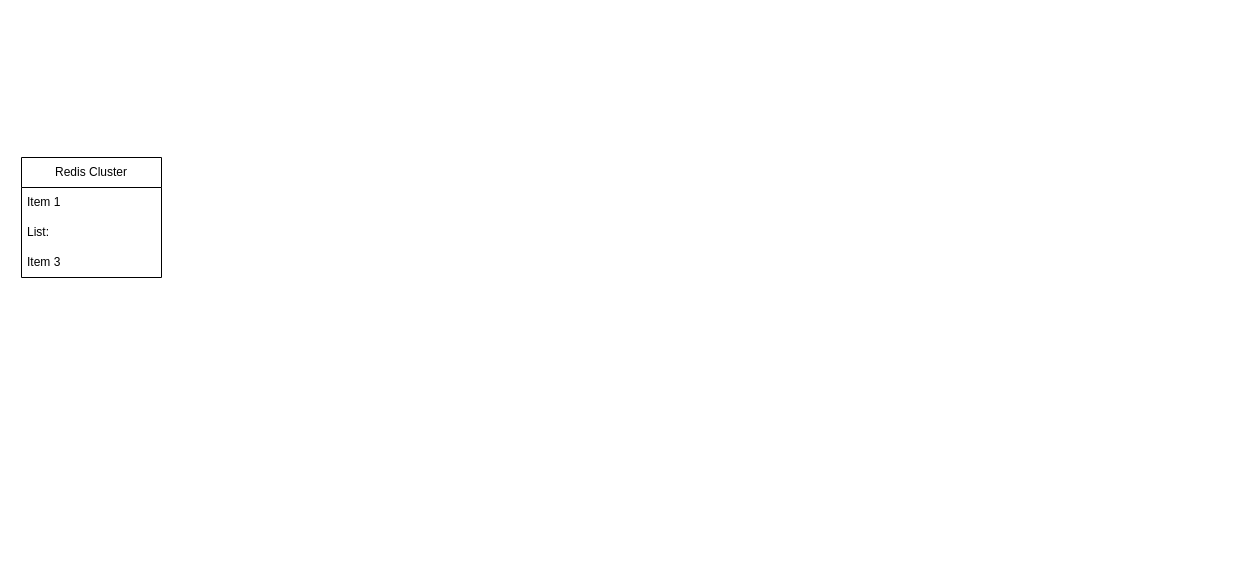
This is tech-solution/weather-task-scheduler.drawio from convexwf/diagram, a draw.io file, before an edit. Source tidied: cells renumbered, new cells numbered last; positions are measured from the earlier drawing's top-left corner, leaving out a move shared by most shapes. Both pictures are drawn from the tidied source at 100%, with x=0, y=0 at pixel (21, 157).
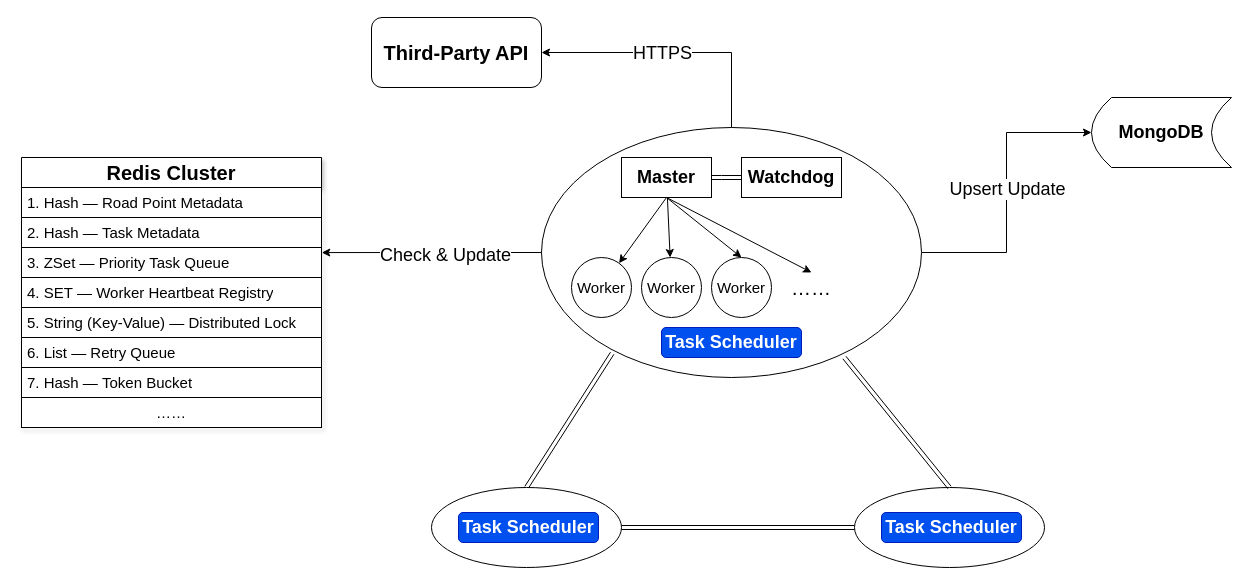
Above is the later version.

Change to the diagram source:
```diff
@@
-    <mxCell id="2" value="Redis Cluster" style="swimlane;fontStyle=0;horizontal=1;startSize=30;whiteSpace=wrap;html=1;" parent="1" vertex="1">
-      <mxGeometry width="140" height="120" as="geometry" />
+    <mxCell id="2" value="Redis Cluster" style="swimlane;fontStyle=1;horizontal=1;startSize=30;whiteSpace=wrap;html=1;fontSize=20;strokeColor=default;gradientColor=none;rounded=0;glass=0;shadow=1;" parent="1" vertex="1">
+      <mxGeometry width="300" height="270" as="geometry" />
     </mxCell>
-    <mxCell id="3" value="Item 1" style="text;strokeColor=none;fillColor=none;align=left;verticalAlign=middle;spacingLeft=4;spacingRight=4;overflow=hidden;whiteSpace=wrap;html=1;" parent="2" vertex="1">
-      <mxGeometry y="30" width="140" height="30" as="geometry" />
+    <mxCell id="3" value="1. Hash — Road Point Metadata" style="text;strokeColor=default;fillColor=default;align=left;verticalAlign=middle;spacingLeft=4;spacingRight=4;overflow=hidden;whiteSpace=wrap;html=1;fontSize=15;" parent="2" vertex="1">
+      <mxGeometry y="30" width="300" height="30" as="geometry" />
     </mxCell>
-    <mxCell id="4" value="List:&amp;nbsp;" style="text;strokeColor=none;fillColor=none;align=left;verticalAlign=middle;spacingLeft=4;spacingRight=4;overflow=hidden;whiteSpace=wrap;html=1;" parent="2" vertex="1">
-      <mxGeometry y="60" width="140" height="30" as="geometry" />
+    <mxCell id="4" value="2. Hash&amp;nbsp;—&amp;nbsp;Task Metadata" style="text;strokeColor=default;fillColor=default;align=left;verticalAlign=middle;spacingLeft=4;spacingRight=4;overflow=hidden;whiteSpace=wrap;html=1;fontSize=15;" parent="2" vertex="1">
+      <mxGeometry y="60" width="300" height="30" as="geometry" />
     </mxCell>
-    <mxCell id="5" value="Item 3" style="text;strokeColor=none;fillColor=none;align=left;verticalAlign=middle;spacingLeft=4;spacingRight=4;overflow=hidden;points=[[0,0.5],[1,0.5]];portConstraint=eastwest;whiteSpace=wrap;html=1;" parent="2" vertex="1">
-      <mxGeometry y="90" width="140" height="30" as="geometry" />
+    <mxCell id="5" value="3. ZSet&amp;nbsp;—&amp;nbsp;Priority Task Queue" style="text;strokeColor=default;fillColor=default;align=left;verticalAlign=middle;spacingLeft=4;spacingRight=4;overflow=hidden;points=[[0,0.5],[1,0.5]];portConstraint=eastwest;whiteSpace=wrap;html=1;fontSize=15;" parent="2" vertex="1">
+      <mxGeometry y="90" width="300" height="30" as="geometry" />
     </mxCell>
+    <mxCell id="6" value="4. SET&amp;nbsp;—&amp;nbsp;Worker Heartbeat Registry" style="text;strokeColor=default;fillColor=default;align=left;verticalAlign=middle;spacingLeft=4;spacingRight=4;overflow=hidden;whiteSpace=wrap;html=1;fontSize=15;" parent="2" vertex="1">
+      <mxGeometry y="120" width="300" height="30" as="geometry" />
+    </mxCell>
+    <mxCell id="7" value="5. String (Key-Value)&amp;nbsp;—&amp;nbsp;Distributed Lock" style="text;strokeColor=default;fillColor=default;align=left;verticalAlign=middle;spacingLeft=4;spacingRight=4;overflow=hidden;whiteSpace=wrap;html=1;fontSize=15;" parent="2" vertex="1">
+      <mxGeometry y="150" width="300" height="30" as="geometry" />
+    </mxCell>
+    <mxCell id="8" value="6. List&amp;nbsp;—&amp;nbsp;Retry Queue" style="text;strokeColor=default;fillColor=default;align=left;verticalAlign=middle;spacingLeft=4;spacingRight=4;overflow=hidden;whiteSpace=wrap;html=1;fontSize=15;" parent="2" vertex="1">
+      <mxGeometry y="180" width="300" height="30" as="geometry" />
+    </mxCell>
+    <mxCell id="9" value="7. Hash&amp;nbsp;—&amp;nbsp;Token Bucket" style="text;strokeColor=default;fillColor=default;align=left;verticalAlign=middle;spacingLeft=4;spacingRight=4;overflow=hidden;whiteSpace=wrap;html=1;fontSize=15;" parent="2" vertex="1">
+      <mxGeometry y="210" width="300" height="30" as="geometry" />
+    </mxCell>
+    <mxCell id="10" value="……" style="text;strokeColor=default;fillColor=default;align=center;verticalAlign=middle;spacingLeft=4;spacingRight=4;overflow=hidden;whiteSpace=wrap;html=1;fontSize=15;" parent="2" vertex="1">
+      <mxGeometry y="240" width="300" height="30" as="geometry" />
+    </mxCell>
+    <mxCell id="11" style="edgeStyle=orthogonalEdgeStyle;rounded=0;jettySize=auto;html=1;exitX=1;exitY=0.5;exitDx=0;exitDy=0;entryX=0;entryY=0.5;entryDx=0;entryDy=0;" parent="1" edge="1" source="15" target="37">
+      <mxGeometry relative="1" as="geometry" />
+    </mxCell>
+    <mxCell id="12" value="Upsert Update" style="edgeLabel;html=1;align=center;verticalAlign=middle;fontSize=18;" parent="11" vertex="1">
+      <mxGeometry x="0.03" relative="1" as="geometry" />
+    </mxCell>
+    <mxCell id="13" style="edgeStyle=orthogonalEdgeStyle;rounded=0;jettySize=auto;html=1;entryX=1;entryY=0.5;entryDx=0;entryDy=0;" parent="1" edge="1" source="15" target="38">
+      <mxGeometry relative="1" as="geometry" />
+    </mxCell>
+    <mxCell id="14" value="HTTPS" style="edgeLabel;html=1;align=center;verticalAlign=middle;fontSize=18;" parent="13" vertex="1">
+      <mxGeometry x="0.14" y="3" relative="1" as="geometry">
+        <mxPoint x="6" y="-3" as="offset" />
+      </mxGeometry>
+    </mxCell>
+    <mxCell id="15" style="ellipse;whiteSpace=wrap;html=1;" parent="1" vertex="1">
+      <mxGeometry x="520" y="-30" width="380" height="250" as="geometry" />
+    </mxCell>
+    <mxCell id="16" style="edgeStyle=orthogonalEdgeStyle;rounded=0;jettySize=auto;html=1;shape=link;" parent="1" edge="1" source="21" target="22">
+      <mxGeometry relative="1" as="geometry" />
+    </mxCell>
+    <mxCell id="17" style="rounded=0;jettySize=auto;html=1;exitX=0.5;exitY=1;exitDx=0;exitDy=0;" parent="1" edge="1" source="21" target="23">
+      <mxGeometry relative="1" as="geometry" />
+    </mxCell>
+    <mxCell id="18" style="rounded=0;jettySize=auto;html=1;" parent="1" edge="1" source="21" target="24">
+      <mxGeometry relative="1" as="geometry" />
+    </mxCell>
+    <mxCell id="19" style="rounded=0;jettySize=auto;html=1;entryX=0.5;entryY=0;entryDx=0;entryDy=0;exitX=0.5;exitY=1;exitDx=0;exitDy=0;" parent="1" edge="1" source="21" target="25">
+      <mxGeometry relative="1" as="geometry" />
+    </mxCell>
+    <mxCell id="20" style="rounded=0;jettySize=auto;html=1;exitX=0.5;exitY=1;exitDx=0;exitDy=0;entryX=0.5;entryY=0;entryDx=0;entryDy=0;" parent="1" edge="1" source="21" target="26">
+      <mxGeometry relative="1" as="geometry" />
+    </mxCell>
+    <mxCell id="21" value="Master" style="rounded=0;whiteSpace=wrap;html=1;fontSize=18;fontStyle=1;" parent="1" vertex="1">
+      <mxGeometry x="600" width="90" height="40" as="geometry" />
+    </mxCell>
+    <mxCell id="22" value="Watchdog" style="rounded=0;whiteSpace=wrap;html=1;fontSize=18;fontStyle=1;" parent="1" vertex="1">
+      <mxGeometry x="720" width="100" height="40" as="geometry" />
+    </mxCell>
+    <mxCell id="23" value="Worker" style="ellipse;whiteSpace=wrap;html=1;fontSize=15;" parent="1" vertex="1">
+      <mxGeometry x="550" y="100" width="60" height="60" as="geometry" />
+    </mxCell>
+    <mxCell id="24" value="Worker" style="ellipse;whiteSpace=wrap;html=1;fontSize=15;" parent="1" vertex="1">
+      <mxGeometry x="620" y="100" width="60" height="60" as="geometry" />
+    </mxCell>
+    <mxCell id="25" value="Worker" style="ellipse;whiteSpace=wrap;html=1;fontSize=15;" parent="1" vertex="1">
+      <mxGeometry x="690" y="100" width="60" height="60" as="geometry" />
+    </mxCell>
+    <mxCell id="26" value="……" style="text;html=1;whiteSpace=wrap;strokeColor=none;fillColor=none;align=center;verticalAlign=middle;rounded=0;fontSize=20;" parent="1" vertex="1">
+      <mxGeometry x="760" y="115" width="60" height="30" as="geometry" />
+    </mxCell>
+    <mxCell id="27" value="Task Scheduler" style="rounded=1;whiteSpace=wrap;html=1;fontSize=18;fontStyle=1;fillColor=#0050ef;fontColor=#ffffff;strokeColor=#001DBC;" parent="1" vertex="1">
+      <mxGeometry x="640" y="170" width="140" height="30" as="geometry" />
+    </mxCell>
+    <mxCell id="28" style="rounded=0;jettySize=auto;html=1;exitX=0.5;exitY=0;exitDx=0;exitDy=0;entryX=0.186;entryY=0.903;entryDx=0;entryDy=0;shape=link;entryPerimeter=0;" parent="1" edge="1" source="30" target="15">
+      <mxGeometry relative="1" as="geometry" />
+    </mxCell>
+    <mxCell id="29" style="rounded=0;jettySize=auto;html=1;exitX=1;exitY=0.5;exitDx=0;exitDy=0;entryX=0;entryY=0.5;entryDx=0;entryDy=0;shape=link;" parent="1" edge="1" source="30" target="32">
+      <mxGeometry relative="1" as="geometry" />
+    </mxCell>
+    <mxCell id="30" style="ellipse;whiteSpace=wrap;html=1;" parent="1" vertex="1">
+      <mxGeometry x="410" y="330" width="190" height="80" as="geometry" />
+    </mxCell>
+    <mxCell id="31" value="Task Scheduler" style="rounded=1;whiteSpace=wrap;html=1;fontSize=18;fontStyle=1;fillColor=#0050ef;fontColor=#ffffff;strokeColor=#001DBC;" parent="1" vertex="1">
+      <mxGeometry x="437" y="355" width="140" height="30" as="geometry" />
+    </mxCell>
+    <mxCell id="32" style="ellipse;whiteSpace=wrap;html=1;" parent="1" vertex="1">
+      <mxGeometry x="833" y="330" width="190" height="80" as="geometry" />
+    </mxCell>
+    <mxCell id="33" value="Task Scheduler" style="rounded=1;whiteSpace=wrap;html=1;fontSize=18;fontStyle=1;fillColor=#0050ef;fontColor=#ffffff;strokeColor=#001DBC;" parent="1" vertex="1">
+      <mxGeometry x="860" y="355" width="140" height="30" as="geometry" />
+    </mxCell>
+    <mxCell id="34" style="rounded=0;jettySize=auto;html=1;exitX=0.5;exitY=0;exitDx=0;exitDy=0;entryX=0.797;entryY=0.92;entryDx=0;entryDy=0;entryPerimeter=0;shape=link;" parent="1" edge="1" source="32" target="15">
+      <mxGeometry relative="1" as="geometry" />
+    </mxCell>
+    <mxCell id="35" style="edgeStyle=orthogonalEdgeStyle;rounded=0;jettySize=auto;html=1;exitX=0;exitY=0.5;exitDx=0;exitDy=0;entryX=1.001;entryY=0.169;entryDx=0;entryDy=0;entryPerimeter=0;" parent="1" edge="1" source="15" target="5">
+      <mxGeometry relative="1" as="geometry" />
+    </mxCell>
+    <mxCell id="36" value="Check &amp;amp; Update" style="edgeLabel;html=1;align=center;verticalAlign=middle;fontSize=18;" parent="35" vertex="1">
+      <mxGeometry x="-0.12" y="2" relative="1" as="geometry" />
+    </mxCell>
+    <mxCell id="37" value="MongoDB" style="shape=dataStorage;whiteSpace=wrap;html=1;fixedSize=1;fontSize=18;fontStyle=1;" parent="1" vertex="1">
+      <mxGeometry x="1070" y="-60" width="140" height="70" as="geometry" />
+    </mxCell>
+    <mxCell id="38" value="Third-Party API" style="rounded=1;whiteSpace=wrap;html=1;fontStyle=1;fontSize=20;" parent="1" vertex="1">
+      <mxGeometry x="350" y="-140" width="170" height="70" as="geometry" />
+    </mxCell>
```
